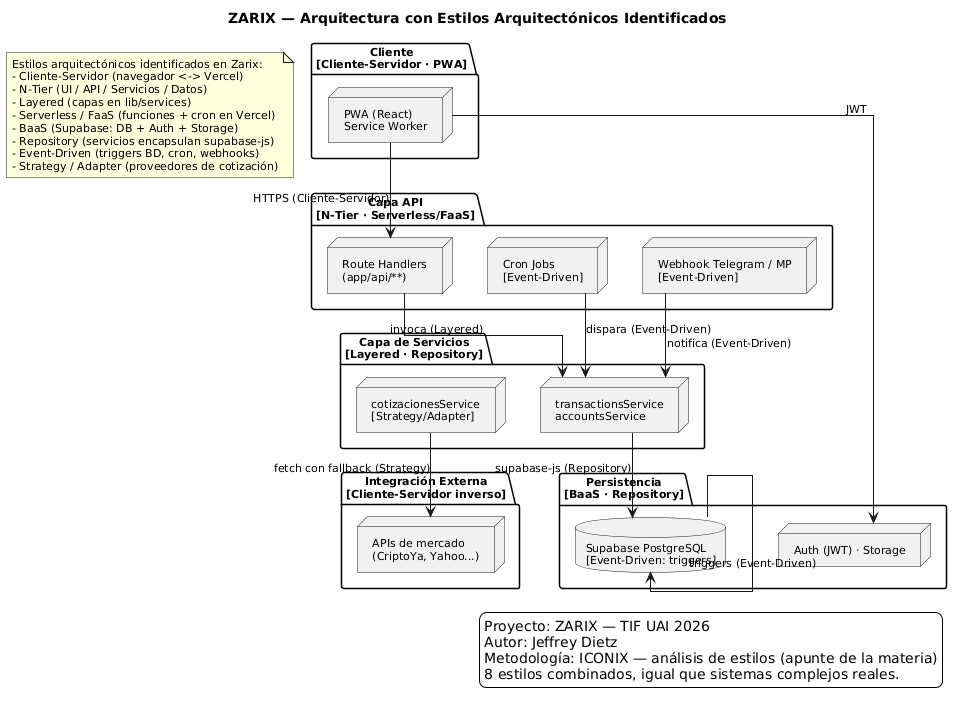
Earlier version of the PlantUML export docs/tif/png/fig12_estilos.png (jeffreydtz/zarix).
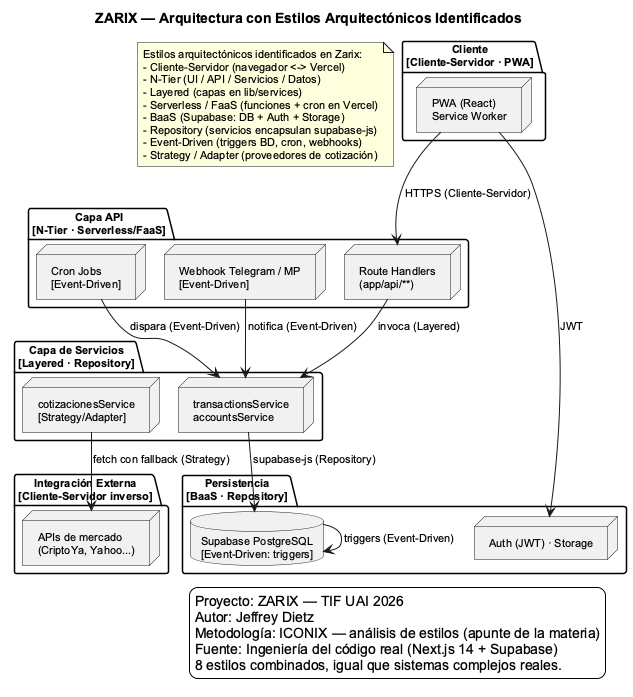
The same file after the commit.

What changed in the source:
```diff
@@ -1,4 +1,5 @@
-@startuml
+@startuml D-ARQ-EST-001 — Estilos Arquitectónicos de Zarix
+!pragma layout smetana
 title ZARIX — Arquitectura con Estilos Arquitectónicos Identificados
 
 skinparam shadowing false
@@ -56,6 +57,8 @@
 Proyecto: ZARIX — TIF UAI 2026
 Autor: Jeffrey Dietz
 Metodología: ICONIX — análisis de estilos (apunte de la materia)
+Fuente: Ingeniería del código real (Next.js 14 + Supabase)
 8 estilos combinados, igual que sistemas complejos reales.
 endlegend
+
 @enduml
```
